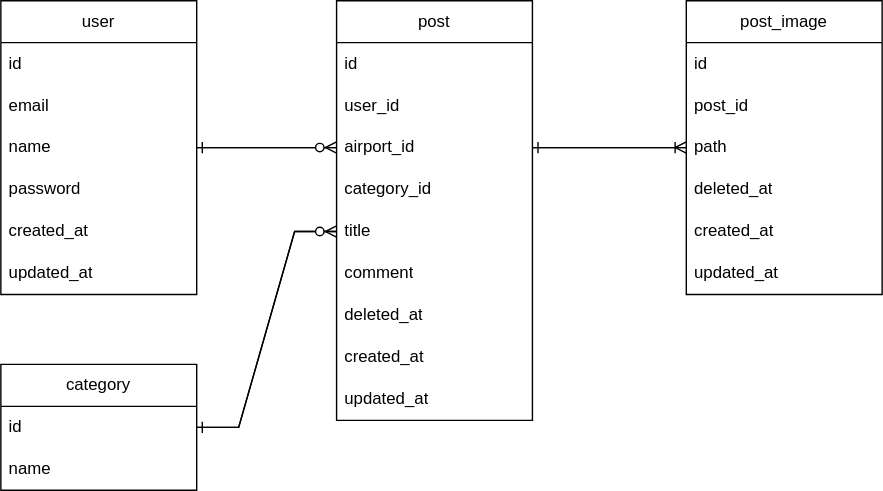
Before: AirpotyViewAPP.drawio.svg, a diagram exported from draw.io (KanameHara/AirportViewAPP). Source tidied: cells renumbered, new cells last; positions are measured from the earlier drawing's top-left corner, leaving out a move shared by most shapes.
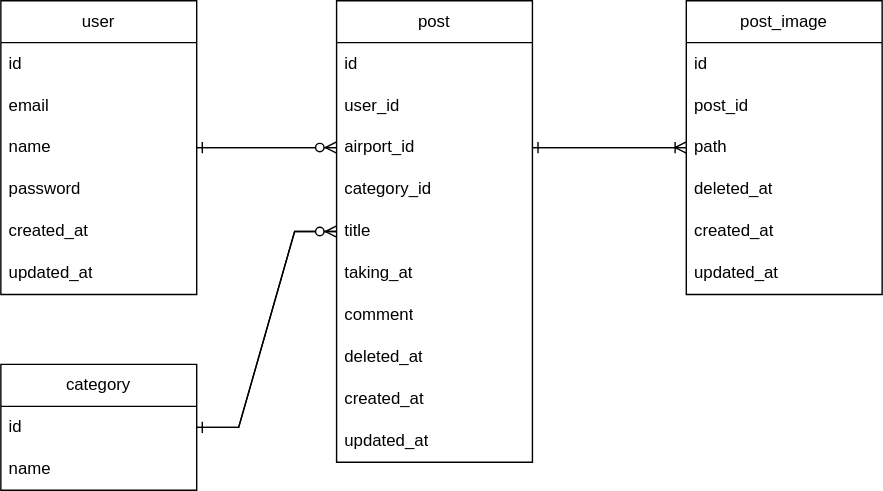
Above is the later version.

Commit message:
AirpotyViewAPP.drawio.svg を更新します

The edit, as a diff of the source:
```diff
@@ -24,7 +24,7 @@
       <mxGeometry y="180" width="140" height="30" as="geometry" />
     </mxCell>
     <mxCell id="9" value="post" style="swimlane;fontStyle=0;horizontal=1;startSize=30;whiteSpace=wrap;html=1;" parent="1" vertex="1">
-      <mxGeometry x="240" width="140" height="300" as="geometry" />
+      <mxGeometry x="240" width="140" height="330" as="geometry" />
     </mxCell>
     <mxCell id="10" value="id" style="text;strokeColor=none;fillColor=none;align=left;verticalAlign=middle;spacingLeft=4;spacingRight=4;overflow=hidden;whiteSpace=wrap;html=1;" parent="9" vertex="1">
       <mxGeometry y="30" width="140" height="30" as="geometry" />
@@ -41,18 +41,21 @@
     <mxCell id="14" value="title" style="text;strokeColor=none;fillColor=none;align=left;verticalAlign=middle;spacingLeft=4;spacingRight=4;overflow=hidden;points=[[0,0.5],[1,0.5]];portConstraint=eastwest;whiteSpace=wrap;html=1;" parent="9" vertex="1">
       <mxGeometry y="150" width="140" height="30" as="geometry" />
     </mxCell>
-    <mxCell id="15" value="comment" style="text;strokeColor=none;fillColor=none;align=left;verticalAlign=middle;spacingLeft=4;spacingRight=4;overflow=hidden;whiteSpace=wrap;html=1;" parent="9" vertex="1">
+    <mxCell id="15" value="taking_at" style="text;strokeColor=none;fillColor=none;align=left;verticalAlign=middle;spacingLeft=4;spacingRight=4;overflow=hidden;whiteSpace=wrap;html=1;" parent="9" vertex="1">
       <mxGeometry y="180" width="140" height="30" as="geometry" />
     </mxCell>
-    <mxCell id="16" value="deleted_at" style="text;strokeColor=none;fillColor=none;align=left;verticalAlign=middle;spacingLeft=4;spacingRight=4;overflow=hidden;whiteSpace=wrap;html=1;" parent="9" vertex="1">
+    <mxCell id="16" value="comment" style="text;strokeColor=none;fillColor=none;align=left;verticalAlign=middle;spacingLeft=4;spacingRight=4;overflow=hidden;whiteSpace=wrap;html=1;" parent="9" vertex="1">
       <mxGeometry y="210" width="140" height="30" as="geometry" />
     </mxCell>
-    <mxCell id="17" value="created_at" style="text;strokeColor=none;fillColor=none;align=left;verticalAlign=middle;spacingLeft=4;spacingRight=4;overflow=hidden;whiteSpace=wrap;html=1;" parent="9" vertex="1">
+    <mxCell id="17" value="deleted_at" style="text;strokeColor=none;fillColor=none;align=left;verticalAlign=middle;spacingLeft=4;spacingRight=4;overflow=hidden;whiteSpace=wrap;html=1;" parent="9" vertex="1">
       <mxGeometry y="240" width="140" height="30" as="geometry" />
     </mxCell>
-    <mxCell id="18" value="updated_at" style="text;strokeColor=none;fillColor=none;align=left;verticalAlign=middle;spacingLeft=4;spacingRight=4;overflow=hidden;whiteSpace=wrap;html=1;" parent="9" vertex="1">
+    <mxCell id="18" value="created_at" style="text;strokeColor=none;fillColor=none;align=left;verticalAlign=middle;spacingLeft=4;spacingRight=4;overflow=hidden;whiteSpace=wrap;html=1;" parent="9" vertex="1">
       <mxGeometry y="270" width="140" height="30" as="geometry" />
     </mxCell>
+    <mxCell id="35" value="updated_at" style="text;strokeColor=none;fillColor=none;align=left;verticalAlign=middle;spacingLeft=4;spacingRight=4;overflow=hidden;whiteSpace=wrap;html=1;" parent="9" vertex="1">
+      <mxGeometry y="300" width="140" height="30" as="geometry" />
+    </mxCell>
     <mxCell id="19" value="post_image" style="swimlane;fontStyle=0;horizontal=1;startSize=30;whiteSpace=wrap;html=1;" parent="1" vertex="1">
       <mxGeometry x="490" width="140" height="210" as="geometry" />
     </mxCell>
```
